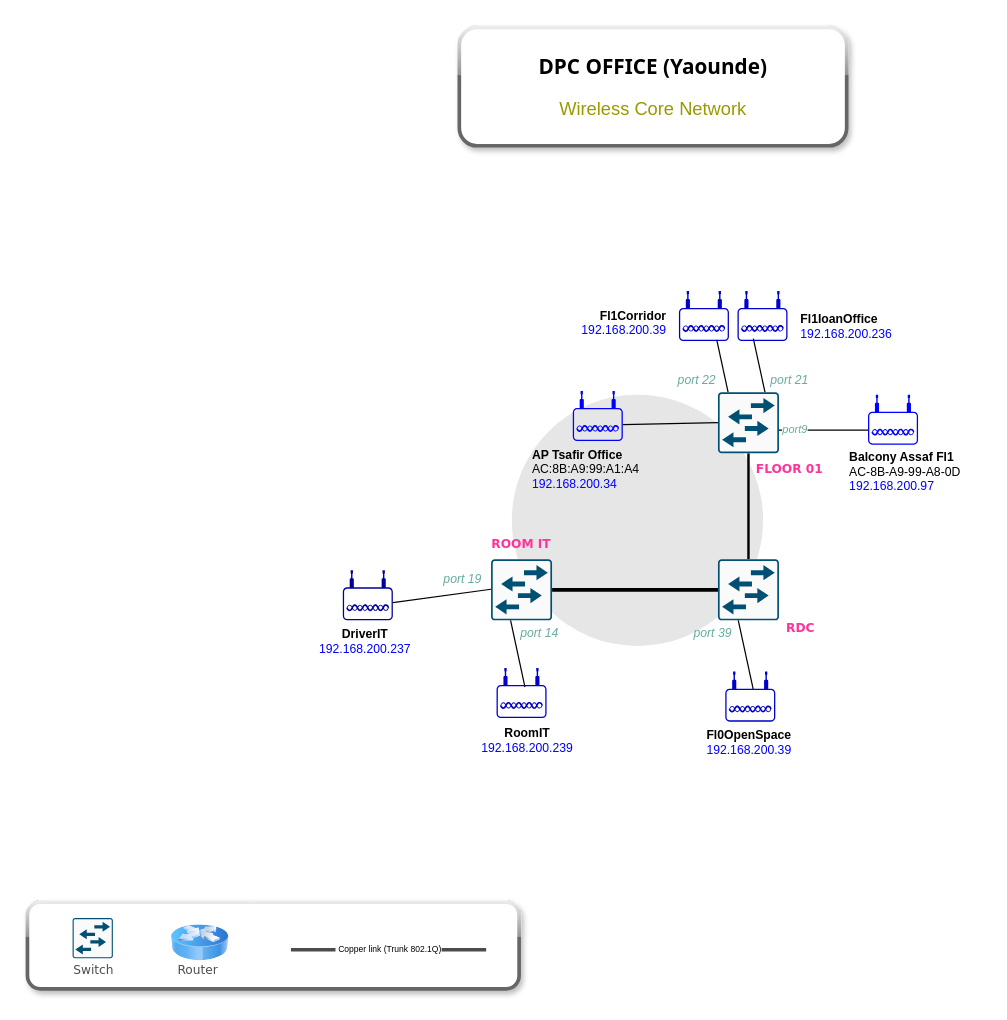
The draw.io diagram page "Wireless_Dist" (3 of 3) of DPC Network Diagram.drawio in tetndoh/eshop, before the edit. Source tidied: cells renumbered, new cells numbered last; positions are measured from the earlier drawing's top-left corner, leaving out a move shared by most shapes. Both pictures are drawn from the tidied source at 122%, with x=0, y=0 at pixel (27, 27).
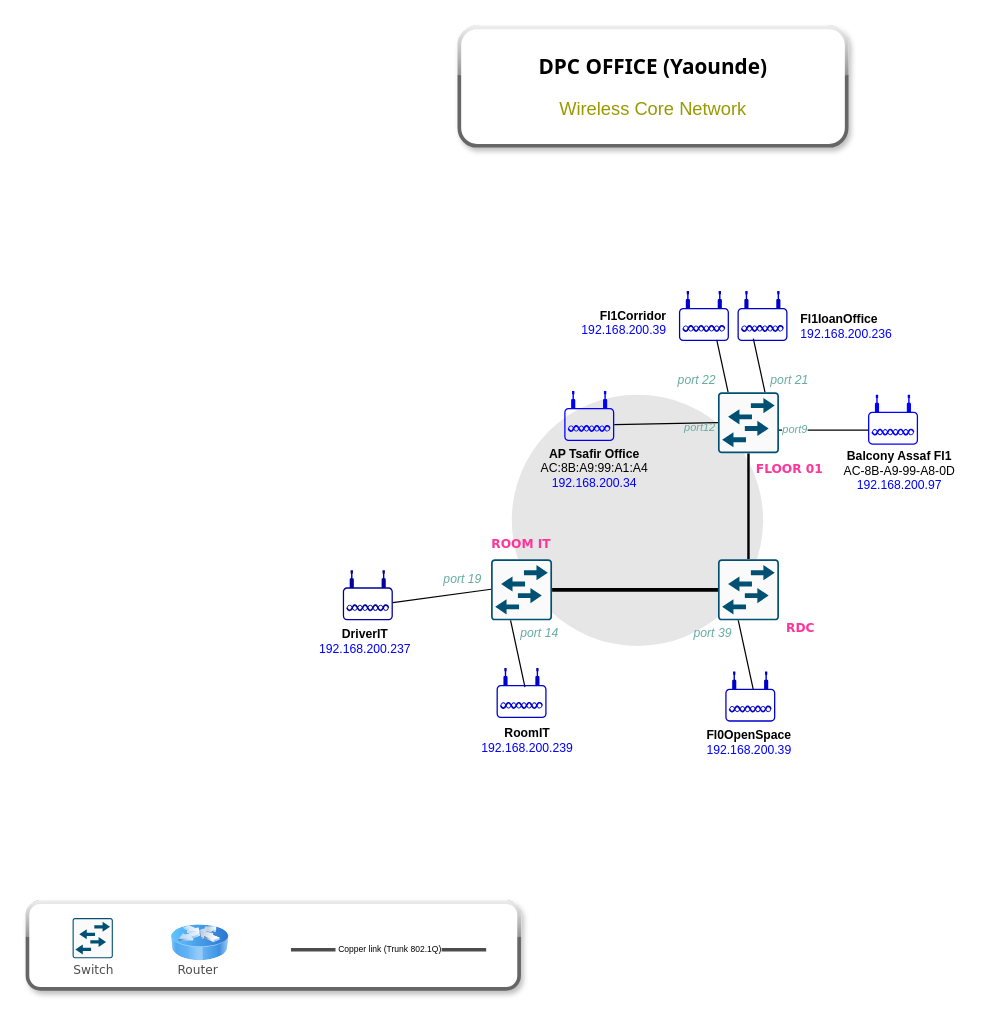
After the change.

The change refers to these unchanged cells:
```xml
<mxCell id="30" style="points=[[0.015,0.015,0],[0.985,0.015,0],[0.985,0.985,0],[0.015,0.985,0],[0.25,0,0],[0.5,0,0],[0.75,0,0],[1,0.25,0],[1,0.5,0],[1,0.75,0],[0.75,1,0],[0.5,1,0],[0.25,1,0],[0,0.75,0],[0,0.5,0],[0,0.25,0]];verticalLabelPosition=bottom;html=1;verticalAlign=top;align=center;shape=mxgraph.cisco19.rect;prIcon=workgroup_switch;fillColor=#FAFAFA;strokeColor=#005073;rounded=1;" parent="1" vertex="1">
  <mxGeometry x="566" y="299" width="50" height="50" as="geometry" />
</mxCell>
```

Diff of the diagram source:
```diff
@@
-    <mxCell id="29" style="verticalLabelPosition=bottom;html=1;verticalAlign=top;align=center;shape=mxgraph.cisco19.wireless_access_point;fillColor=#0000FF;strokeColor=none;fontColor=#666666;rounded=1;" parent="1" vertex="1">
-      <mxGeometry x="689" y="301" width="41" height="41" as="geometry" />
-    </mxCell>
@@
+    <mxCell id="43" style="edgeStyle=none;rounded=1;jettySize=auto;html=1;exitX=0;exitY=0.5;exitDx=0;exitDy=0;exitPerimeter=0;endArrow=none;endFill=0;entryX=1;entryY=0.67;entryDx=0;entryDy=0;entryPerimeter=0;" parent="1" edge="1" source="30" target="44">
+      <mxGeometry relative="1" as="geometry" />
+    </mxCell>
+    <mxCell id="46" value="&lt;font style=&quot;font-size: 9px; color: rgb(103, 171, 159);&quot;&gt;&lt;i&gt;port12&lt;/i&gt;&lt;/font&gt;" style="edgeLabel;html=1;align=center;verticalAlign=middle;labelBackgroundColor=none;" parent="43" vertex="1">
+      <mxGeometry x="-0.56" y="-1" relative="1" as="geometry">
+        <mxPoint x="4" y="3" as="offset" />
+      </mxGeometry>
+    </mxCell>
+    <mxCell id="47" style="group;" parent="1" vertex="1">
+      <mxGeometry x="657.5" y="301" width="114" height="77" as="geometry" />
+    </mxCell>
+    <mxCell id="29" style="verticalLabelPosition=bottom;html=1;verticalAlign=top;align=center;shape=mxgraph.cisco19.wireless_access_point;fillColor=#0000FF;strokeColor=none;fontColor=#666666;rounded=1;" parent="47" vertex="1">
+      <mxGeometry x="31.5" width="41" height="41" as="geometry" />
+    </mxCell>
-    <mxCell id="42" value="&lt;b&gt;Balcony Assaf Fl1&lt;br&gt;&lt;/b&gt;AC-8B-A9-99-A8-0D&lt;br style=&quot;font-size: 10px;&quot;&gt;&lt;font color=&quot;#0000ff&quot; style=&quot;font-size: 10px;&quot;&gt;192.168.200.97&lt;/font&gt;" style="text;strokeColor=none;align=left;fillColor=none;html=1;verticalAlign=middle;whiteSpace=wrap;rounded=1;fontSize=10;" parent="1" vertex="1">
-      <mxGeometry x="671.5" y="349" width="114" height="30" as="geometry" />
+    <mxCell id="42" value="&lt;b&gt;Balcony Assaf Fl1&lt;br&gt;&lt;/b&gt;AC-8B-A9-99-A8-0D&lt;br style=&quot;font-size: 10px;&quot;&gt;&lt;font style=&quot;font-size: 10px;&quot; color=&quot;#0000ff&quot;&gt;192.168.200.97&lt;/font&gt;" style="text;strokeColor=none;align=center;fillColor=none;html=1;verticalAlign=middle;whiteSpace=wrap;rounded=1;fontSize=10;" parent="47" vertex="1">
+      <mxGeometry y="47" width="114" height="30" as="geometry" />
     </mxCell>
-    <mxCell id="43" style="edgeStyle=none;rounded=1;jettySize=auto;html=1;exitX=0;exitY=0.5;exitDx=0;exitDy=0;exitPerimeter=0;endArrow=none;endFill=0;entryX=1;entryY=0.67;entryDx=0;entryDy=0;entryPerimeter=0;" parent="1" edge="1" source="30" target="44">
-      <mxGeometry relative="1" as="geometry" />
-    </mxCell>
+    <mxCell id="48" style="group;" parent="1" vertex="1">
+      <mxGeometry x="408" y="298" width="114" height="78" as="geometry" />
+    </mxCell>
-    <mxCell id="44" style="points=[[0.03,0.36,0],[0.18,0,0],[0.5,0.34,0],[0.82,0,0],[0.97,0.36,0],[1,0.67,0],[0.975,0.975,0],[0.5,1,0],[0.025,0.975,0],[0,0.67,0]];verticalLabelPosition=bottom;html=1;verticalAlign=top;align=center;shape=mxgraph.cisco19.wireless_access_point;fillColor=#0000FF;strokeColor=none;fontColor=#666666;rounded=1;" parent="1" vertex="1">
-      <mxGeometry x="447" y="298" width="41" height="41" as="geometry" />
+    <mxCell id="44" style="points=[[0.03,0.36,0],[0.18,0,0],[0.5,0.34,0],[0.82,0,0],[0.97,0.36,0],[1,0.67,0],[0.975,0.975,0],[0.5,1,0],[0.025,0.975,0],[0,0.67,0]];verticalLabelPosition=bottom;html=1;verticalAlign=top;align=center;shape=mxgraph.cisco19.wireless_access_point;fillColor=#0000FF;strokeColor=none;fontColor=#666666;rounded=1;" parent="48" vertex="1">
+      <mxGeometry x="32" width="41" height="41" as="geometry" />
     </mxCell>
-    <mxCell id="45" value="&lt;b&gt;AP Tsafir Office&lt;br&gt;&lt;/b&gt;&lt;font&gt;AC:8B:A9:99:A1:A4&lt;br&gt;&lt;font style=&quot;color: rgb(0, 0, 255);&quot;&gt;192.168.200.34&lt;/font&gt;&lt;/font&gt;" style="text;strokeColor=none;align=left;fillColor=none;html=1;verticalAlign=middle;whiteSpace=wrap;rounded=1;fontSize=10;" parent="1" vertex="1">
-      <mxGeometry x="412" y="347" width="114" height="30" as="geometry" />
+    <mxCell id="45" value="&lt;b&gt;AP Tsafir Office&lt;br&gt;&lt;/b&gt;&lt;font&gt;AC:8B:A9:99:A1:A4&lt;br&gt;&lt;font style=&quot;color: rgb(0, 0, 255);&quot;&gt;192.168.200.34&lt;/font&gt;&lt;/font&gt;" style="text;strokeColor=none;align=center;fillColor=none;html=1;verticalAlign=middle;whiteSpace=wrap;rounded=1;fontSize=10;" parent="48" vertex="1">
+      <mxGeometry y="48" width="114" height="30" as="geometry" />
     </mxCell>
```
